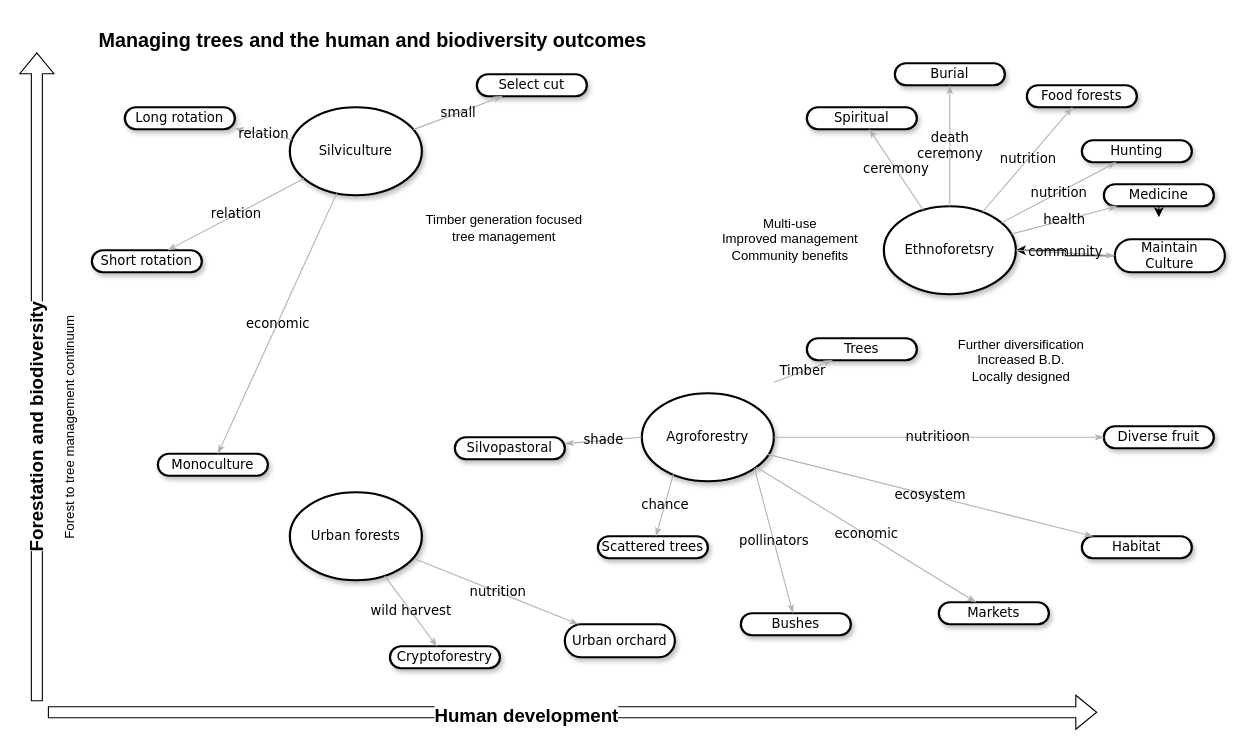
Earlier version of the draw.io diagram diagram_forestry.drawio (CWWhitney/ethnoforestry_agroforestry). Source tidied: cells renumbered, new cells numbered last; positions are measured from the earlier drawing's top-left corner, leaving out a move shared by most shapes. Both pictures are drawn from the tidied source at 110%, with x=0, y=0 at pixel (-85, 19).
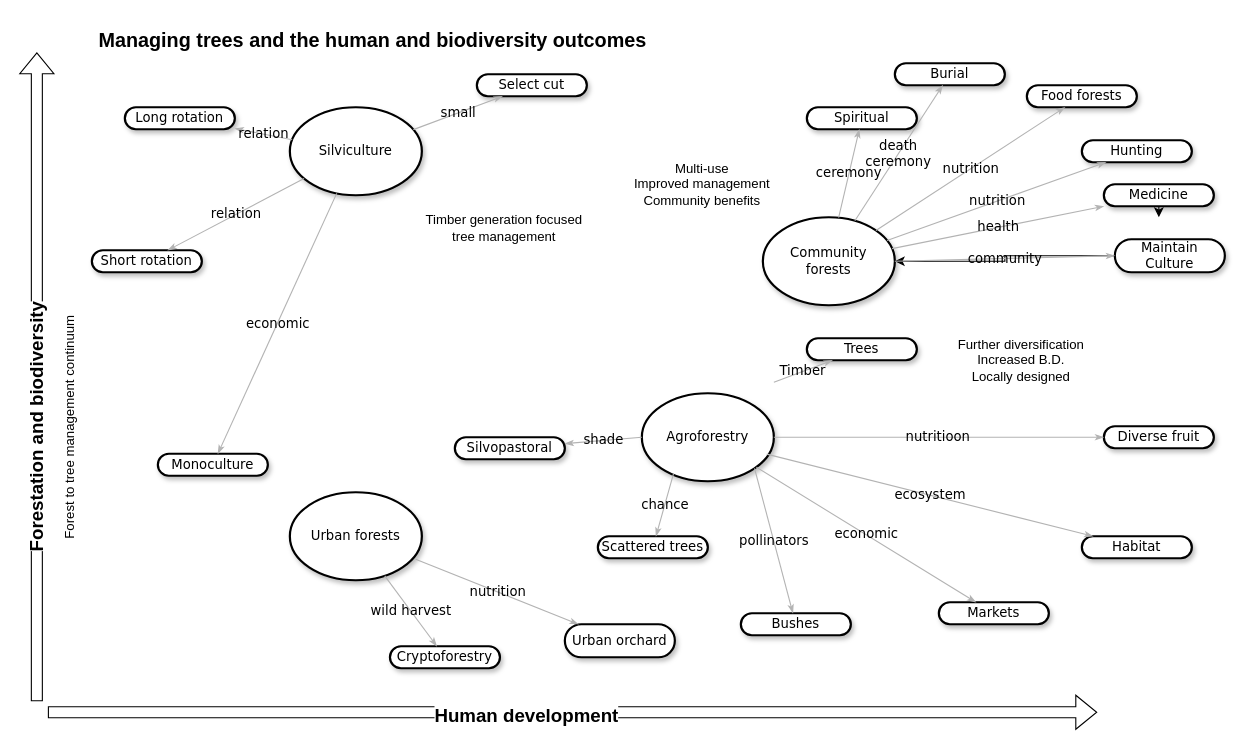
The same page after the edit.

Diff of the diagram source:
```diff
@@
-    <mxCell id="3" value="Ethnoforetsry" style="ellipse;whiteSpace=wrap;html=1;rounded=1;shadow=1;comic=0;labelBackgroundColor=none;strokeWidth=2;fontFamily=Verdana;fontSize=12;align=center;" parent="1" vertex="1">
-      <mxGeometry x="880" y="170" width="120" height="80" as="geometry" />
+    <mxCell id="3" value="Community &lt;br&gt;forests" style="ellipse;whiteSpace=wrap;html=1;rounded=1;shadow=1;comic=0;labelBackgroundColor=none;strokeWidth=2;fontFamily=Verdana;fontSize=12;align=center;" parent="1" vertex="1">
+      <mxGeometry x="770" y="180" width="120" height="80" as="geometry" />
     </mxCell>
@@
     <mxCell id="48" value="Multi-use&lt;br&gt;Improved management&lt;br&gt;Community benefits" style="text;html=1;strokeColor=none;fillColor=none;align=center;verticalAlign=middle;whiteSpace=wrap;rounded=0;" parent="1" vertex="1">
-      <mxGeometry x="720" y="170" width="150" height="60" as="geometry" />
+      <mxGeometry x="640" y="120" width="150" height="60" as="geometry" />
     </mxCell>
```
